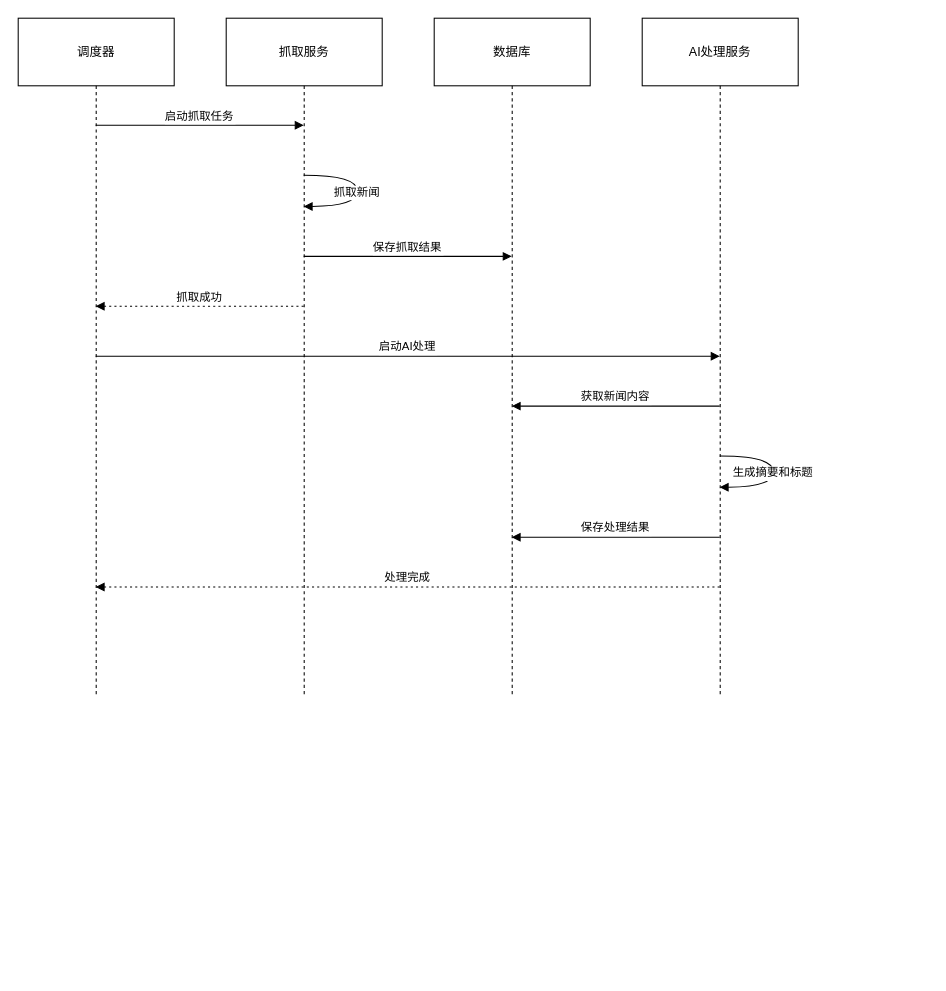
lijc210/app_storage keeps this draw.io diagram as draw.io/时序图:新闻抓取和处理.drawio. Above is the earlier version. Source tidied: cells renumbered, new cells numbered last; positions are measured from the earlier drawing's top-left corner, leaving out a move shared by most shapes. Both pictures are drawn from the tidied source at 104%, with x=0, y=0 at pixel (18, 18).
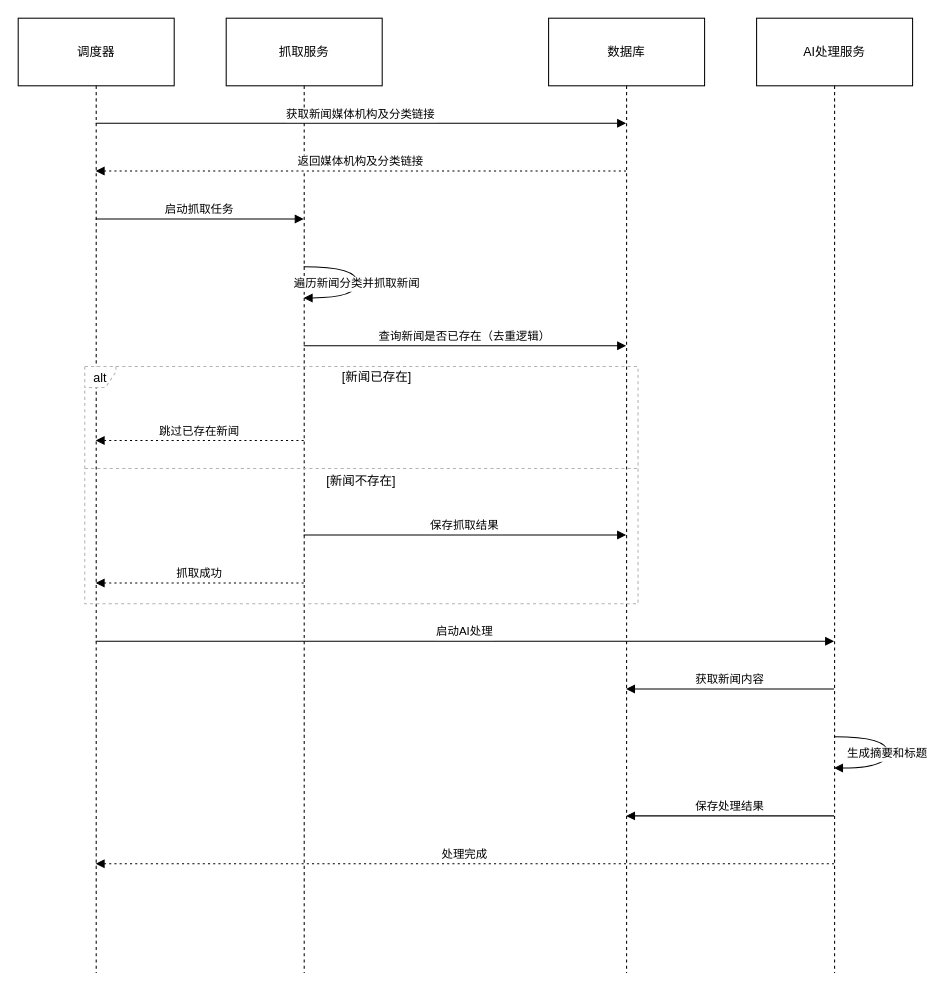
The same diagram, later.

Commit message:
更新时序图:新闻抓取和处理.drawio

Change to the diagram source:
```diff
@@
     <mxCell id="2" value="调度器" style="shape=umlLifeline;perimeter=lifelinePerimeter;whiteSpace=wrap;outlineConnect=0;portConstraint=eastwest;newEdgeStyle={&quot;edgeStyle&quot;:&quot;elbowEdgeStyle&quot;,&quot;elbow&quot;:&quot;vertical&quot;,&quot;curved&quot;:0,&quot;rounded&quot;:0};size=65;" parent="1" vertex="1">
-      <mxGeometry width="150" height="652" as="geometry" />
+      <mxGeometry width="150" height="918" as="geometry" />
     </mxCell>
     <mxCell id="3" value="抓取服务" style="shape=umlLifeline;perimeter=lifelinePerimeter;whiteSpace=wrap;outlineConnect=0;portConstraint=eastwest;newEdgeStyle={&quot;edgeStyle&quot;:&quot;elbowEdgeStyle&quot;,&quot;elbow&quot;:&quot;vertical&quot;,&quot;curved&quot;:0,&quot;rounded&quot;:0};size=65;" parent="1" vertex="1">
-      <mxGeometry x="200" width="150" height="652" as="geometry" />
+      <mxGeometry x="200" width="150" height="918" as="geometry" />
     </mxCell>
     <mxCell id="4" value="数据库" style="shape=umlLifeline;perimeter=lifelinePerimeter;whiteSpace=wrap;outlineConnect=0;portConstraint=eastwest;newEdgeStyle={&quot;edgeStyle&quot;:&quot;elbowEdgeStyle&quot;,&quot;elbow&quot;:&quot;vertical&quot;,&quot;curved&quot;:0,&quot;rounded&quot;:0};size=65;" parent="1" vertex="1">
-      <mxGeometry x="400" width="150" height="652" as="geometry" />
+      <mxGeometry x="510" width="150" height="918" as="geometry" />
     </mxCell>
     <mxCell id="5" value="AI处理服务" style="shape=umlLifeline;perimeter=lifelinePerimeter;whiteSpace=wrap;outlineConnect=0;portConstraint=eastwest;newEdgeStyle={&quot;edgeStyle&quot;:&quot;elbowEdgeStyle&quot;,&quot;elbow&quot;:&quot;vertical&quot;,&quot;curved&quot;:0,&quot;rounded&quot;:0};size=65;" parent="1" vertex="1">
-      <mxGeometry x="600" width="150" height="652" as="geometry" />
+      <mxGeometry x="710" width="150" height="918" as="geometry" />
     </mxCell>
+    <mxCell id="15" value="alt" style="shape=umlFrame;dashed=1;strokeColor=#B3B3B3;height=20;width=30;" parent="1" vertex="1">
+      <mxGeometry x="64" y="335" width="532" height="228" as="geometry" />
+    </mxCell>
+    <mxCell id="16" value="[新闻已存在]" style="text;strokeColor=none;fillColor=none;align=center;verticalAlign=middle;whiteSpace=wrap;" parent="15" vertex="1">
+      <mxGeometry x="30" width="502" height="20" as="geometry" />
+    </mxCell>
+    <mxCell id="17" value="[新闻不存在]" style="shape=line;dashed=1;whiteSpace=wrap;verticalAlign=top;labelPosition=center;verticalLabelPosition=middle;align=center;strokeColor=#B3B3B3;" parent="15" vertex="1">
+      <mxGeometry y="96" width="532" height="4" as="geometry" />
+    </mxCell>
+    <mxCell id="18" value="获取新闻媒体机构及分类链接" style="verticalAlign=bottom;edgeStyle=elbowEdgeStyle;elbow=vertical;curved=0;rounded=0;endArrow=block;" parent="1" edge="1" source="2" target="4">
+      <mxGeometry relative="1" as="geometry">
+        <Array as="points">
+          <mxPoint x="339" y="101" />
+        </Array>
+      </mxGeometry>
+    </mxCell>
+    <mxCell id="19" value="返回媒体机构及分类链接" style="verticalAlign=bottom;edgeStyle=elbowEdgeStyle;elbow=vertical;curved=0;rounded=0;dashed=1;dashPattern=2 3;endArrow=block;" parent="1" edge="1" source="4" target="2">
+      <mxGeometry relative="1" as="geometry">
+        <Array as="points">
+          <mxPoint x="342" y="147" />
+        </Array>
+      </mxGeometry>
+    </mxCell>
     <mxCell id="6" value="启动抓取任务" style="verticalAlign=bottom;edgeStyle=elbowEdgeStyle;elbow=vertical;curved=0;rounded=0;endArrow=block;" parent="1" edge="1" source="2" target="3">
       <mxGeometry relative="1" as="geometry">
         <Array as="points">
-          <mxPoint x="184" y="103" />
+          <mxPoint x="184" y="193" />
         </Array>
       </mxGeometry>
     </mxCell>
-    <mxCell id="7" value="抓取新闻" style="curved=1;endArrow=block;rounded=0;" parent="1" edge="1" source="3" target="3">
+    <mxCell id="7" value="遍历新闻分类并抓取新闻" style="curved=1;endArrow=block;rounded=0;" parent="1" edge="1" source="3" target="3">
       <mxGeometry relative="1" as="geometry">
         <Array as="points">
-          <mxPoint x="326" y="151" />
-          <mxPoint x="326" y="181" />
+          <mxPoint x="326" y="239" />
+          <mxPoint x="326" y="269" />
         </Array>
       </mxGeometry>
     </mxCell>
+    <mxCell id="20" value="查询新闻是否已存在（去重逻辑）" style="verticalAlign=bottom;edgeStyle=elbowEdgeStyle;elbow=vertical;curved=0;rounded=0;endArrow=block;" parent="1" edge="1" source="3" target="4">
+      <mxGeometry relative="1" as="geometry">
+        <Array as="points">
+          <mxPoint x="439" y="315" />
+        </Array>
+      </mxGeometry>
+    </mxCell>
+    <mxCell id="21" value="跳过已存在新闻" style="verticalAlign=bottom;edgeStyle=elbowEdgeStyle;elbow=vertical;curved=0;rounded=0;dashed=1;dashPattern=2 3;endArrow=block;" parent="1" edge="1" source="3" target="2">
+      <mxGeometry relative="1" as="geometry">
+        <Array as="points">
+          <mxPoint x="187" y="406" />
+        </Array>
+      </mxGeometry>
+    </mxCell>
     <mxCell id="8" value="保存抓取结果" style="verticalAlign=bottom;edgeStyle=elbowEdgeStyle;elbow=vertical;curved=0;rounded=0;endArrow=block;" parent="1" edge="1" source="3" target="4">
       <mxGeometry relative="1" as="geometry">
         <Array as="points">
-          <mxPoint x="384" y="229" />
+          <mxPoint x="439" y="497" />
         </Array>
       </mxGeometry>
     </mxCell>
     <mxCell id="9" value="抓取成功" style="verticalAlign=bottom;edgeStyle=elbowEdgeStyle;elbow=vertical;curved=0;rounded=0;dashed=1;dashPattern=2 3;endArrow=block;" parent="1" edge="1" source="3" target="2">
       <mxGeometry relative="1" as="geometry">
         <Array as="points">
-          <mxPoint x="187" y="277" />
+          <mxPoint x="187" y="543" />
         </Array>
       </mxGeometry>
     </mxCell>
     <mxCell id="10" value="启动AI处理" style="verticalAlign=bottom;edgeStyle=elbowEdgeStyle;elbow=vertical;curved=0;rounded=0;endArrow=block;" parent="1" edge="1" source="2" target="5">
       <mxGeometry relative="1" as="geometry">
         <Array as="points">
-          <mxPoint x="384" y="325" />
+          <mxPoint x="439" y="599" />
         </Array>
       </mxGeometry>
     </mxCell>
     <mxCell id="11" value="获取新闻内容" style="verticalAlign=bottom;edgeStyle=elbowEdgeStyle;elbow=vertical;curved=0;rounded=0;endArrow=block;" parent="1" edge="1" source="5" target="4">
       <mxGeometry relative="1" as="geometry">
         <Array as="points">
-          <mxPoint x="587" y="373" />
+          <mxPoint x="697" y="645" />
         </Array>
       </mxGeometry>
     </mxCell>
     <mxCell id="12" value="生成摘要和标题" style="curved=1;endArrow=block;rounded=0;" parent="1" edge="1" source="5" target="5">
       <mxGeometry relative="1" as="geometry">
         <Array as="points">
-          <mxPoint x="726" y="421" />
-          <mxPoint x="726" y="451" />
+          <mxPoint x="836" y="691" />
+          <mxPoint x="836" y="721" />
         </Array>
       </mxGeometry>
     </mxCell>
     <mxCell id="13" value="保存处理结果" style="verticalAlign=bottom;edgeStyle=elbowEdgeStyle;elbow=vertical;curved=0;rounded=0;endArrow=block;" parent="1" edge="1" source="5" target="4">
       <mxGeometry relative="1" as="geometry">
         <Array as="points">
-          <mxPoint x="587" y="499" />
+          <mxPoint x="697" y="767" />
         </Array>
       </mxGeometry>
     </mxCell>
     <mxCell id="14" value="处理完成" style="verticalAlign=bottom;edgeStyle=elbowEdgeStyle;elbow=vertical;curved=0;rounded=0;dashed=1;dashPattern=2 3;endArrow=block;" parent="1" edge="1" source="5" target="2">
       <mxGeometry relative="1" as="geometry">
         <Array as="points">
-          <mxPoint x="387" y="547" />
+          <mxPoint x="442" y="813" />
         </Array>
       </mxGeometry>
     </mxCell>
```
